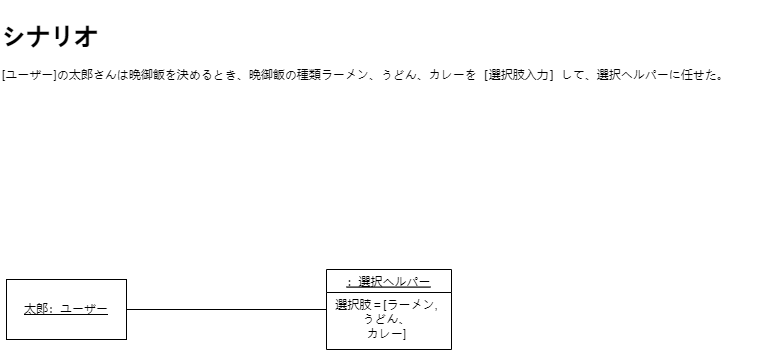
This is Object-3.drawio.png from Hu-Hanxu/First-App-Self-Management-, a draw.io export, as it was before one commit. Source tidied: cells renumbered, new cells last; positions are measured from the earlier drawing's top-left corner, leaving out a move shared by most shapes.
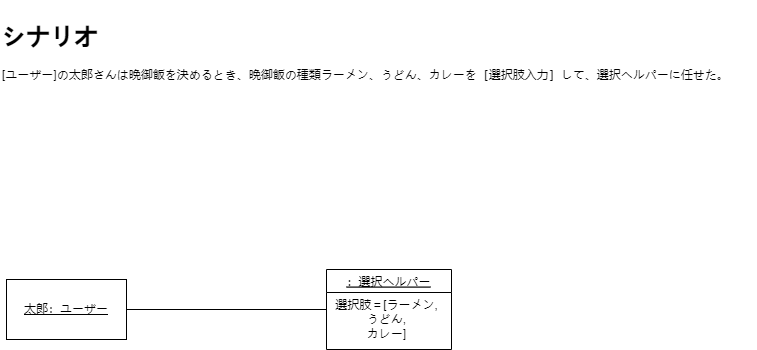
The same file after the commit.

Change to the diagram source:
```diff
@@ -11,7 +11,7 @@
     <mxCell id="4" value="：選択ヘルパー" style="swimlane;fontStyle=4;" parent="1" vertex="1">
       <mxGeometry x="326" y="269" width="125" height="80" as="geometry" />
     </mxCell>
-    <mxCell id="5" value="選択肢＝[ラーメン,&lt;br&gt;うどん、&lt;br&gt;カレー]" style="text;html=1;align=center;verticalAlign=middle;strokeColor=none;fillColor=none;" parent="4" vertex="1">
+    <mxCell id="5" value="選択肢＝[ラーメン,&lt;br&gt;うどん,&lt;br&gt;カレー]" style="text;html=1;align=center;verticalAlign=middle;strokeColor=none;fillColor=none;" parent="4" vertex="1">
       <mxGeometry x="-5" y="20" width="130" height="60" as="geometry" />
     </mxCell>
     <mxCell id="6" style="endArrow=none;html=1;entryX=0;entryY=0.5;entryDx=0;entryDy=0;exitX=1;exitY=0.5;exitDx=0;exitDy=0;" parent="1" edge="1" source="3" target="4">
```
